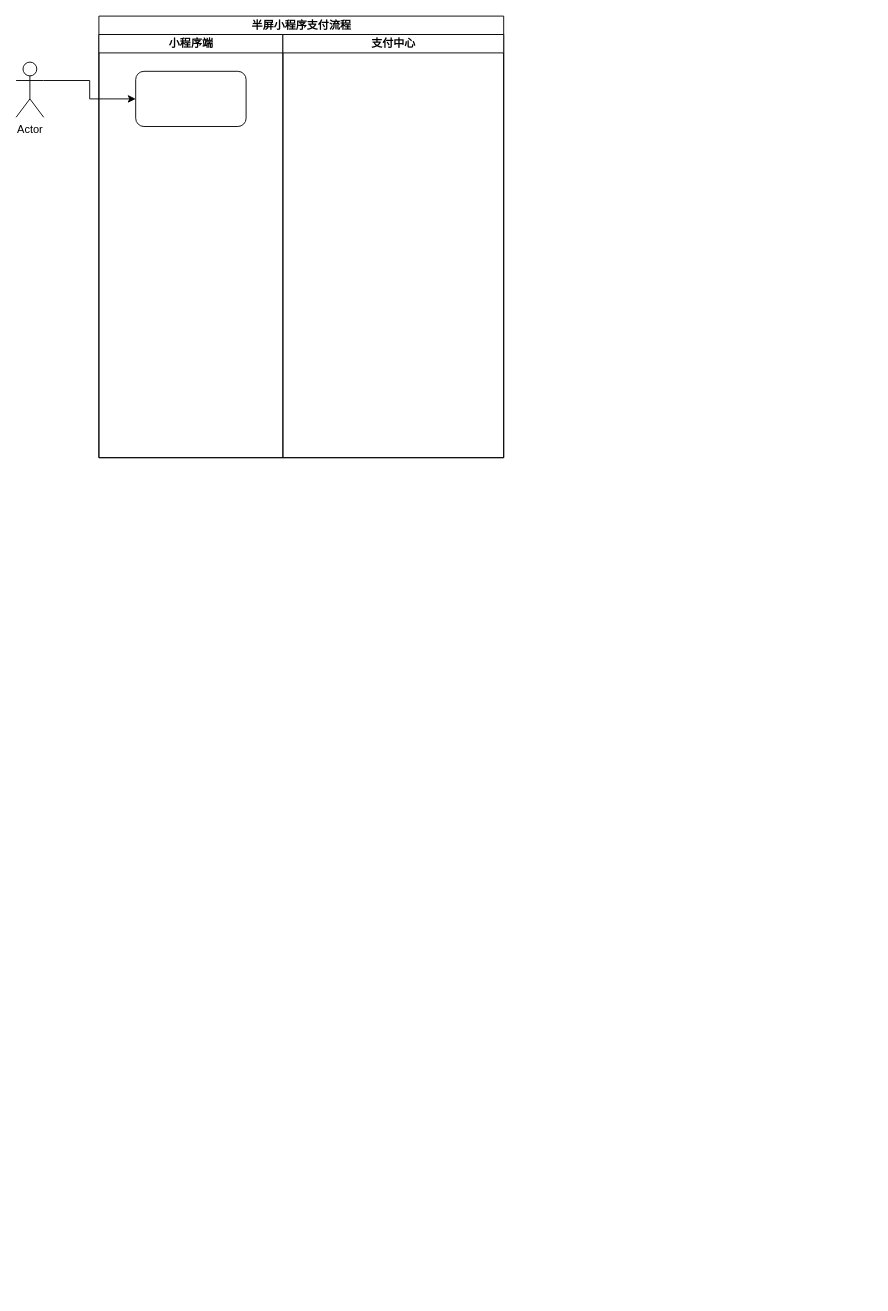
Earlier version of the draw.io diagram 未命名绘图.drawio (guohuan0126/test). Source tidied: cells renumbered, new cells numbered last; positions are measured from the earlier drawing's top-left corner, leaving out a move shared by most shapes. Both pictures are drawn from the tidied source at 92%, with x=0, y=0 at pixel (16, 16).
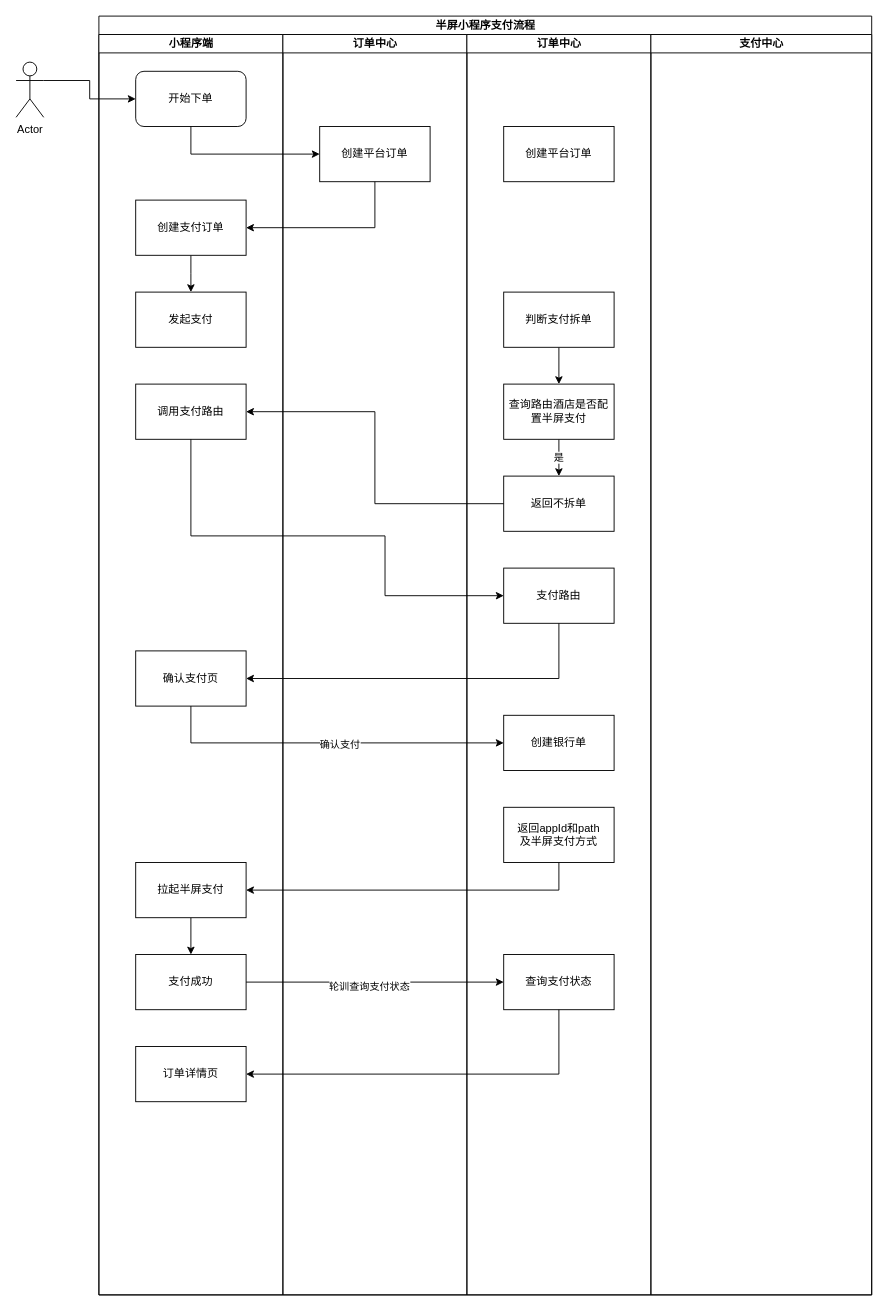
Above is the later version.

Commit message:
半屏小程序支付流程.drawio

The change refers to these unchanged cells:
```xml
<mxCell id="7" value="Actor" style="shape=umlActor;verticalLabelPosition=bottom;verticalAlign=top;html=1;outlineConnect=0;" parent="1" vertex="1">
  <mxGeometry y="50" width="30" height="60" as="geometry" />
</mxCell>
```

The edit, as a diff of the source:
```diff
@@
     <mxCell id="2" value="半屏小程序支付流程" style="swimlane;startSize=20;html=1;" parent="1" vertex="1">
-      <mxGeometry x="90" width="440" height="480" as="geometry" />
+      <mxGeometry x="90" width="840" height="1390" as="geometry" />
     </mxCell>
+    <mxCell id="8" value="小程序端" style="swimlane;startSize=20;html=1;" parent="2" vertex="1">
+      <mxGeometry y="20" width="200" height="1370" as="geometry" />
+    </mxCell>
+    <mxCell id="9" value="开始下单" style="rounded=1;whiteSpace=wrap;html=1;" parent="8" vertex="1">
+      <mxGeometry x="40" y="40" width="120" height="60" as="geometry" />
+    </mxCell>
+    <mxCell id="10" style="edgeStyle=orthogonalEdgeStyle;rounded=0;jettySize=auto;html=1;exitX=0.5;exitY=1;exitDx=0;exitDy=0;" parent="8" edge="1" source="11">
+      <mxGeometry relative="1" as="geometry">
+        <mxPoint x="100" y="280" as="targetPoint" />
+      </mxGeometry>
+    </mxCell>
+    <mxCell id="11" value="创建支付订单" style="rounded=0;whiteSpace=wrap;html=1;" parent="8" vertex="1">
+      <mxGeometry x="40" y="180" width="120" height="60" as="geometry" />
+    </mxCell>
+    <mxCell id="12" value="发起支付" style="rounded=0;whiteSpace=wrap;html=1;" parent="8" vertex="1">
+      <mxGeometry x="40" y="280" width="120" height="60" as="geometry" />
+    </mxCell>
+    <mxCell id="13" value="调用支付路由" style="rounded=0;whiteSpace=wrap;html=1;" parent="8" vertex="1">
+      <mxGeometry x="40" y="380" width="120" height="60" as="geometry" />
+    </mxCell>
+    <mxCell id="14" value="确认支付页" style="rounded=0;whiteSpace=wrap;html=1;" parent="8" vertex="1">
+      <mxGeometry x="40" y="670" width="120" height="60" as="geometry" />
+    </mxCell>
+    <mxCell id="15" style="edgeStyle=orthogonalEdgeStyle;rounded=0;jettySize=auto;html=1;exitX=0.5;exitY=1;exitDx=0;exitDy=0;entryX=0.5;entryY=0;entryDx=0;entryDy=0;" parent="8" edge="1" source="16" target="17">
+      <mxGeometry relative="1" as="geometry" />
+    </mxCell>
+    <mxCell id="16" value="拉起半屏支付" style="rounded=0;whiteSpace=wrap;html=1;" parent="8" vertex="1">
+      <mxGeometry x="40" y="900" width="120" height="60" as="geometry" />
+    </mxCell>
+    <mxCell id="17" value="支付成功" style="rounded=0;whiteSpace=wrap;html=1;" parent="8" vertex="1">
+      <mxGeometry x="40" y="1000" width="120" height="60" as="geometry" />
+    </mxCell>
+    <mxCell id="18" value="订单详情页" style="rounded=0;whiteSpace=wrap;html=1;" parent="8" vertex="1">
+      <mxGeometry x="40" y="1100" width="120" height="60" as="geometry" />
+    </mxCell>
-    <mxCell id="3" value="小程序端" style="swimlane;startSize=20;html=1;" parent="2" vertex="1">
-      <mxGeometry y="20" width="200" height="460" as="geometry" />
+    <mxCell id="3" value="订单中心" style="swimlane;startSize=20;html=1;" parent="2" vertex="1">
+      <mxGeometry x="200" y="20" width="200" height="1370" as="geometry" />
     </mxCell>
-    <mxCell id="4" style="rounded=1;whiteSpace=wrap;html=1;" parent="3" vertex="1">
-      <mxGeometry x="40" y="40" width="120" height="60" as="geometry" />
-    </mxCell>
+    <mxCell id="19" value="创建平台订单" style="rounded=0;whiteSpace=wrap;html=1;" parent="3" vertex="1">
+      <mxGeometry x="40" y="100" width="120" height="60" as="geometry" />
+    </mxCell>
+    <mxCell id="20" value="订单中心" style="swimlane;startSize=20;html=1;" parent="2" vertex="1">
+      <mxGeometry x="400" y="20" width="200" height="1370" as="geometry" />
+    </mxCell>
+    <mxCell id="21" value="创建平台订单" style="rounded=0;whiteSpace=wrap;html=1;" parent="20" vertex="1">
+      <mxGeometry x="40" y="100" width="120" height="60" as="geometry" />
+    </mxCell>
+    <mxCell id="22" style="edgeStyle=orthogonalEdgeStyle;rounded=0;jettySize=auto;html=1;exitX=0.5;exitY=1;exitDx=0;exitDy=0;entryX=0.5;entryY=0;entryDx=0;entryDy=0;" parent="20" edge="1" source="23" target="25">
+      <mxGeometry relative="1" as="geometry" />
+    </mxCell>
+    <mxCell id="23" value="判断支付拆单" style="rounded=0;whiteSpace=wrap;html=1;" parent="20" vertex="1">
+      <mxGeometry x="40" y="280" width="120" height="60" as="geometry" />
+    </mxCell>
+    <mxCell id="24" value="是" style="edgeStyle=orthogonalEdgeStyle;rounded=0;jettySize=auto;html=1;exitX=0.5;exitY=1;exitDx=0;exitDy=0;entryX=0.5;entryY=0;entryDx=0;entryDy=0;" parent="20" edge="1" source="25" target="26">
+      <mxGeometry relative="1" as="geometry" />
+    </mxCell>
+    <mxCell id="25" value="查询路由酒店是否配置半屏支付" style="rounded=0;whiteSpace=wrap;html=1;" parent="20" vertex="1">
+      <mxGeometry x="40" y="380" width="120" height="60" as="geometry" />
+    </mxCell>
+    <mxCell id="26" value="返回不拆单" style="rounded=0;whiteSpace=wrap;html=1;" parent="20" vertex="1">
+      <mxGeometry x="40" y="480" width="120" height="60" as="geometry" />
+    </mxCell>
+    <mxCell id="27" value="支付路由" style="rounded=0;whiteSpace=wrap;html=1;" parent="20" vertex="1">
+      <mxGeometry x="40" y="580" width="120" height="60" as="geometry" />
+    </mxCell>
+    <mxCell id="28" value="创建银行单" style="rounded=0;whiteSpace=wrap;html=1;" parent="20" vertex="1">
+      <mxGeometry x="40" y="740" width="120" height="60" as="geometry" />
+    </mxCell>
+    <mxCell id="29" value="返回appId和path&lt;br&gt;及半屏支付方式" style="rounded=0;whiteSpace=wrap;html=1;" parent="20" vertex="1">
+      <mxGeometry x="40" y="840" width="120" height="60" as="geometry" />
+    </mxCell>
+    <mxCell id="30" value="查询支付状态" style="rounded=0;whiteSpace=wrap;html=1;" parent="20" vertex="1">
+      <mxGeometry x="40" y="1000" width="120" height="60" as="geometry" />
+    </mxCell>
     <mxCell id="5" value="&lt;span style=&quot;font-size: 12px;&quot;&gt;支付中心&lt;/span&gt;" style="swimlane;startSize=20;html=1;" parent="2" vertex="1">
-      <mxGeometry x="200" y="20" width="240" height="460" as="geometry" />
+      <mxGeometry x="600" y="20" width="240" height="1370" as="geometry" />
     </mxCell>
+    <mxCell id="31" style="edgeStyle=orthogonalEdgeStyle;rounded=0;jettySize=auto;html=1;exitX=0.5;exitY=1;exitDx=0;exitDy=0;entryX=0;entryY=0.5;entryDx=0;entryDy=0;" parent="2" edge="1" source="9" target="19">
+      <mxGeometry relative="1" as="geometry" />
+    </mxCell>
+    <mxCell id="32" style="edgeStyle=orthogonalEdgeStyle;rounded=0;jettySize=auto;html=1;exitX=0.5;exitY=1;exitDx=0;exitDy=0;entryX=1;entryY=0.5;entryDx=0;entryDy=0;" parent="2" edge="1" source="19" target="11">
+      <mxGeometry relative="1" as="geometry" />
+    </mxCell>
+    <mxCell id="33" style="edgeStyle=orthogonalEdgeStyle;rounded=0;jettySize=auto;html=1;exitX=0;exitY=0.5;exitDx=0;exitDy=0;entryX=1;entryY=0.5;entryDx=0;entryDy=0;" parent="2" edge="1" source="26" target="13">
+      <mxGeometry relative="1" as="geometry" />
+    </mxCell>
+    <mxCell id="34" style="edgeStyle=orthogonalEdgeStyle;rounded=0;jettySize=auto;html=1;exitX=0.5;exitY=1;exitDx=0;exitDy=0;entryX=0;entryY=0.5;entryDx=0;entryDy=0;" parent="2" edge="1" source="13" target="27">
+      <mxGeometry relative="1" as="geometry">
+        <Array as="points">
+          <mxPoint x="100" y="565" />
+          <mxPoint x="311" y="565" />
+          <mxPoint x="311" y="630" />
+        </Array>
+      </mxGeometry>
+    </mxCell>
+    <mxCell id="35" style="edgeStyle=orthogonalEdgeStyle;rounded=0;jettySize=auto;html=1;exitX=0.5;exitY=1;exitDx=0;exitDy=0;entryX=1;entryY=0.5;entryDx=0;entryDy=0;" parent="2" edge="1" source="27" target="14">
+      <mxGeometry relative="1" as="geometry" />
+    </mxCell>
+    <mxCell id="36" style="edgeStyle=orthogonalEdgeStyle;rounded=0;jettySize=auto;html=1;exitX=0.5;exitY=1;exitDx=0;exitDy=0;entryX=0;entryY=0.5;entryDx=0;entryDy=0;" parent="2" edge="1" source="14" target="28">
+      <mxGeometry relative="1" as="geometry" />
+    </mxCell>
+    <mxCell id="37" value="确认支付" style="edgeLabel;html=1;align=center;verticalAlign=middle;" parent="36" vertex="1">
+      <mxGeometry x="0.06" y="-1" relative="1" as="geometry" />
+    </mxCell>
+    <mxCell id="38" style="edgeStyle=orthogonalEdgeStyle;rounded=0;jettySize=auto;html=1;exitX=0.5;exitY=1;exitDx=0;exitDy=0;entryX=1;entryY=0.5;entryDx=0;entryDy=0;" parent="2" edge="1" source="29" target="16">
+      <mxGeometry relative="1" as="geometry" />
+    </mxCell>
+    <mxCell id="39" style="edgeStyle=orthogonalEdgeStyle;rounded=0;jettySize=auto;html=1;exitX=1;exitY=0.5;exitDx=0;exitDy=0;entryX=0;entryY=0.5;entryDx=0;entryDy=0;" parent="2" edge="1" source="17" target="30">
+      <mxGeometry relative="1" as="geometry" />
+    </mxCell>
+    <mxCell id="40" value="轮训查询支付状态" style="edgeLabel;html=1;align=center;verticalAlign=middle;" parent="39" vertex="1">
+      <mxGeometry x="-0.05" y="-4" relative="1" as="geometry" />
+    </mxCell>
+    <mxCell id="41" style="edgeStyle=orthogonalEdgeStyle;rounded=0;jettySize=auto;html=1;exitX=0.5;exitY=1;exitDx=0;exitDy=0;entryX=1;entryY=0.5;entryDx=0;entryDy=0;" parent="2" edge="1" source="30" target="18">
+      <mxGeometry relative="1" as="geometry" />
+    </mxCell>
-    <mxCell id="6" style="edgeStyle=orthogonalEdgeStyle;rounded=0;jettySize=auto;html=1;exitX=1;exitY=0.3333333333333333;exitDx=0;exitDy=0;exitPerimeter=0;entryX=0;entryY=0.5;entryDx=0;entryDy=0;" parent="1" edge="1" source="7" target="4">
+    <mxCell id="6" style="edgeStyle=orthogonalEdgeStyle;rounded=0;jettySize=auto;html=1;exitX=1;exitY=0.3333333333333333;exitDx=0;exitDy=0;exitPerimeter=0;entryX=0;entryY=0.5;entryDx=0;entryDy=0;" parent="1" edge="1" source="7" target="9">
       <mxGeometry relative="1" as="geometry" />
     </mxCell>
```
